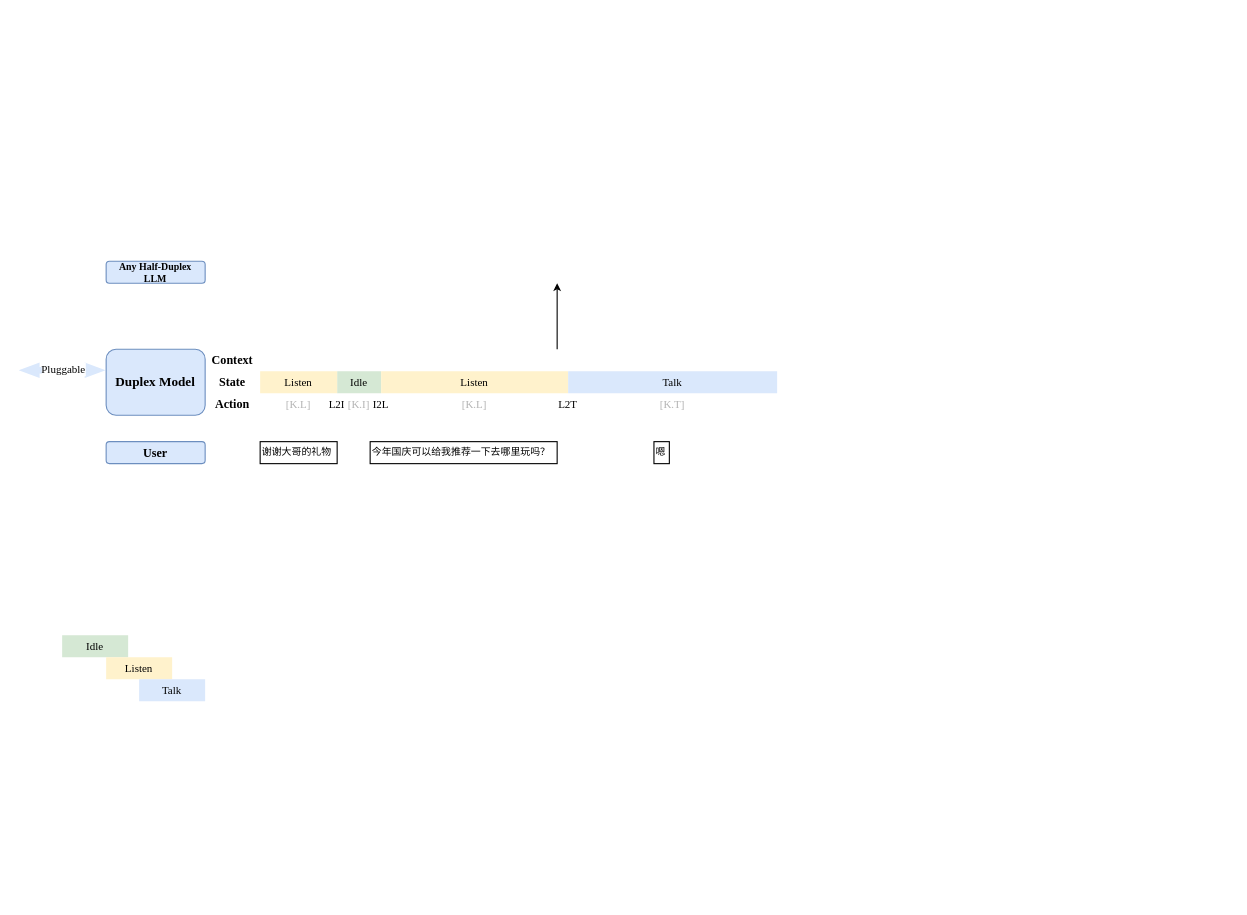
Above: 图1.drawio in MrYKY/LeetCode_Rec (draw.io), before the change. Source tidied: cells renumbered, new cells numbered last; positions are measured from the earlier drawing's top-left corner, leaving out a move shared by most shapes. Both pictures are drawn from the tidied source at 110%, with x=0, y=0 at pixel (18, 261). Pictures stored in the file or linked from it are replaced by grey dashed boxes.
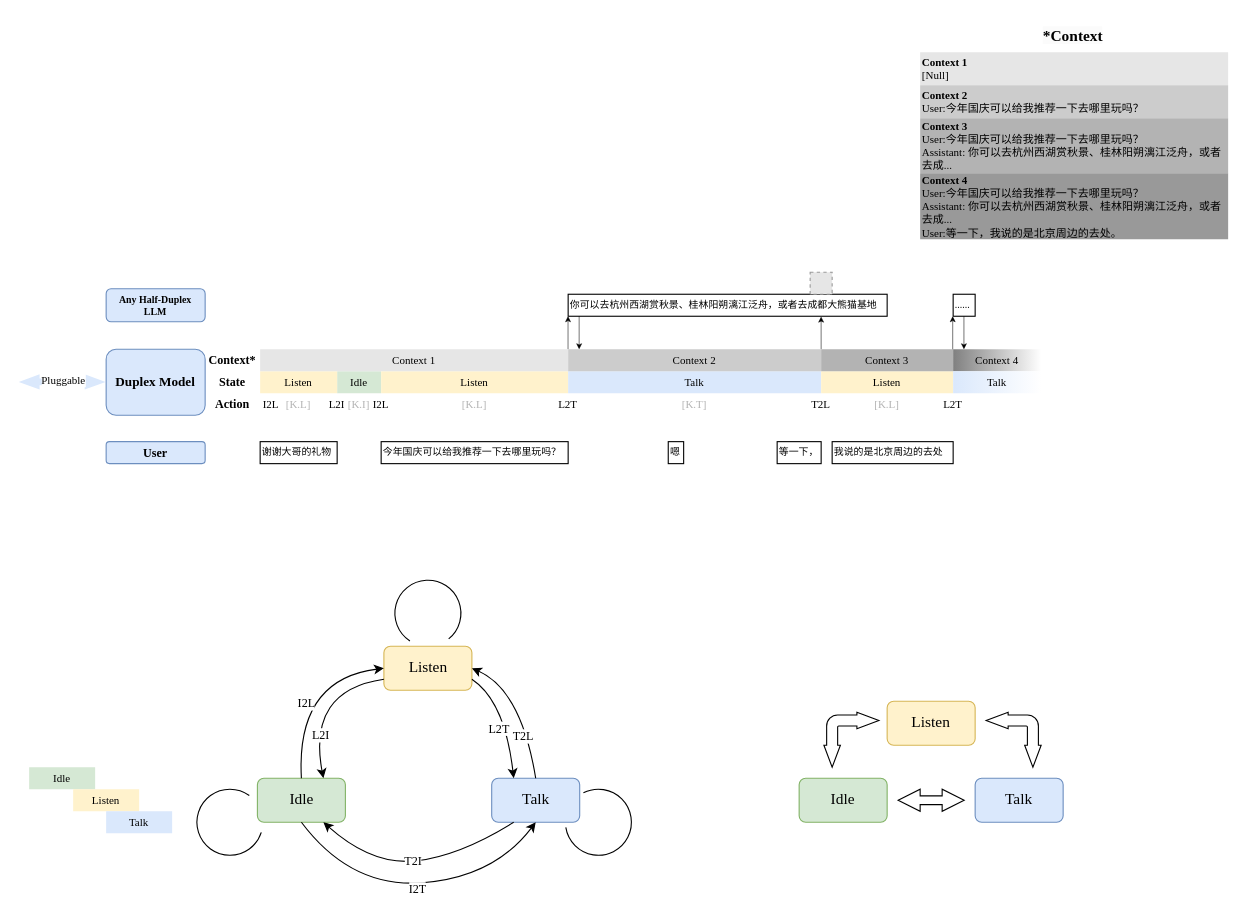
Above is the later version.

The edit, as a diff of the source:
```diff
@@
     <mxCell id="2" style="shape=flexArrow;endArrow=classic;startArrow=classic;html=1;rounded=0;fillColor=#dae8fc;strokeColor=none;align=center;arcSize=16;width=6;startWidth=7;endWidth=7;" parent="1" edge="1">
       <mxGeometry relative="1" as="geometry">
-        <mxPoint y="99.1" as="sourcePoint" />
-        <mxPoint x="80" y="99.1" as="targetPoint" />
+        <mxPoint y="109.7" as="sourcePoint" />
+        <mxPoint x="80" y="109.7" as="targetPoint" />
       </mxGeometry>
     </mxCell>
@@
     <mxCell id="4" value="&lt;font face=&quot;Times New Roman&quot;&gt;Any Half-Duplex LLM&lt;/font&gt;" style="rounded=1;whiteSpace=wrap;html=1;fontSize=9;fillColor=#dae8fc;strokeColor=#6c8ebf;fontStyle=1;" parent="1" vertex="1">
-      <mxGeometry x="80" width="90" height="20" as="geometry" />
+      <mxGeometry x="80" y="25" width="90" height="30" as="geometry" />
     </mxCell>
@@
     <mxCell id="9" value="Idle" style="rounded=0;whiteSpace=wrap;html=1;strokeColor=none;fillColor=#d5e8d4;fontSize=10;fontFamily=Times New Roman;" parent="1" vertex="1">
-      <mxGeometry x="40" y="340" width="60" height="20" as="geometry" />
+      <mxGeometry x="10" y="460" width="60" height="20" as="geometry" />
     </mxCell>
     <mxCell id="10" value="Listen" style="rounded=0;whiteSpace=wrap;html=1;strokeColor=none;fillColor=#fff2cc;fontSize=10;fontFamily=Times New Roman;" parent="1" vertex="1">
-      <mxGeometry x="80" y="360" width="60" height="20" as="geometry" />
+      <mxGeometry x="50" y="480" width="60" height="20" as="geometry" />
     </mxCell>
     <mxCell id="11" value="Talk" style="rounded=0;whiteSpace=wrap;html=1;strokeColor=none;fillColor=#dae8fc;fontSize=10;fontFamily=Times New Roman;" parent="1" vertex="1">
-      <mxGeometry x="110" y="380" width="60" height="20" as="geometry" />
+      <mxGeometry x="80" y="500" width="60" height="20" as="geometry" />
     </mxCell>
-    <mxCell id="12" value="Context" style="text;html=1;align=center;verticalAlign=middle;whiteSpace=wrap;rounded=0;fontSize=11;fontFamily=Times New Roman;fontStyle=1;" parent="1" vertex="1">
+    <mxCell id="12" value="Context*" style="text;html=1;align=center;verticalAlign=middle;whiteSpace=wrap;rounded=0;fontSize=11;fontFamily=Times New Roman;fontStyle=1;" parent="1" vertex="1">
       <mxGeometry x="170" y="80" width="50" height="20" as="geometry" />
     </mxCell>
@@
     <mxCell id="14" value="今年国庆可以给我推荐一下去哪里玩吗？" style="rounded=0;whiteSpace=wrap;html=1;fontSize=9;fontFamily=Times New Roman;align=left;" parent="1" vertex="1">
-      <mxGeometry x="320" y="164" width="170" height="20" as="geometry" />
+      <mxGeometry x="330" y="164" width="170" height="20" as="geometry" />
     </mxCell>
@@
     <mxCell id="17" value="Talk" style="rounded=0;whiteSpace=wrap;html=1;strokeColor=none;fillColor=#dae8fc;fontSize=10;fontFamily=Times New Roman;" parent="1" vertex="1">
-      <mxGeometry x="500" y="100" width="190" height="20" as="geometry" />
+      <mxGeometry x="500" y="100" width="230" height="20" as="geometry" />
     </mxCell>
-    <mxCell id="18" style="endArrow=classic;html=1;rounded=0;exitX=0;exitY=0;exitDx=0;exitDy=0;fontSize=9;strokeWidth=1;curved=0;endSize=4;startSize=4;" parent="1" edge="1">
+    <mxCell id="18" style="endArrow=classic;html=1;rounded=0;fontSize=9;strokeWidth=0.5;curved=0;endSize=4;startSize=4;" parent="1" edge="1">
       <mxGeometry relative="1" as="geometry">
-        <mxPoint x="490" y="80" as="sourcePoint" />
-        <mxPoint x="490" y="20" as="targetPoint" />
-        <Array as="points">
-          <mxPoint x="490" y="20" />
-        </Array>
+        <mxPoint x="499.9" y="80" as="sourcePoint" />
+        <mxPoint x="499.9" y="50" as="targetPoint" />
       </mxGeometry>
     </mxCell>
     <mxCell id="19" value="嗯" style="rounded=0;whiteSpace=wrap;html=1;fontSize=9;fontFamily=Times New Roman;align=left;" parent="1" vertex="1">
-      <mxGeometry x="578" y="164" width="14" height="20" as="geometry" />
+      <mxGeometry x="591" y="164" width="14" height="20" as="geometry" />
     </mxCell>
@@
     <mxCell id="26" value="[K.T]" style="text;html=1;align=center;verticalAlign=middle;whiteSpace=wrap;rounded=0;fontSize=10;fontFamily=Times New Roman;fontColor=#B3B3B3;" parent="1" vertex="1">
-      <mxGeometry x="585" y="120" width="20" height="20" as="geometry" />
+      <mxGeometry x="605" y="120" width="20" height="20" as="geometry" />
     </mxCell>
@@
+    <mxCell id="28" value="你可以去杭州西湖赏秋景、桂林阳朔漓江泛舟，或者去成都大熊猫基地" style="rounded=0;whiteSpace=wrap;html=1;fontSize=9;fontFamily=Times New Roman;align=left;" parent="1" vertex="1">
+      <mxGeometry x="500" y="30" width="290" height="20" as="geometry" />
+    </mxCell>
+    <mxCell id="29" value="我说的是北京周边的去处" style="rounded=0;whiteSpace=wrap;html=1;fontSize=9;fontFamily=Times New Roman;align=left;" parent="1" vertex="1">
+      <mxGeometry x="740" y="164" width="110" height="20" as="geometry" />
+    </mxCell>
+    <mxCell id="30" value="等一下，" style="rounded=0;whiteSpace=wrap;html=1;fontSize=9;fontFamily=Times New Roman;align=left;" parent="1" vertex="1">
+      <mxGeometry x="690" y="164" width="40" height="20" as="geometry" />
+    </mxCell>
+    <mxCell id="31" value="Listen" style="rounded=0;whiteSpace=wrap;html=1;strokeColor=none;fillColor=#fff2cc;fontSize=10;fontFamily=Times New Roman;" parent="1" vertex="1">
+      <mxGeometry x="730" y="100" width="120" height="20" as="geometry" />
+    </mxCell>
+    <mxCell id="32" style="endArrow=classic;html=1;rounded=0;fontSize=9;strokeWidth=0.5;curved=0;endSize=4;startSize=4;entryX=0.793;entryY=1.019;entryDx=0;entryDy=0;entryPerimeter=0;" parent="1" edge="1" target="28">
+      <mxGeometry relative="1" as="geometry">
+        <mxPoint x="730" y="80" as="sourcePoint" />
+      </mxGeometry>
+    </mxCell>
+    <mxCell id="33" style="fillColor=#E6E6E6;strokeColor=#999999;dashed=1;html=1;verticalAlign=top;verticalLabelPosition=bottom;labelBackgroundColor=#ffffff;" parent="1" vertex="1">
+      <mxGeometry x="720" y="10" width="20" height="20" as="geometry" />
+    </mxCell>
+    <mxCell id="34" value="Context 1" style="rounded=0;whiteSpace=wrap;html=1;strokeColor=none;fillColor=#E6E6E6;fontSize=10;fontFamily=Times New Roman;" parent="1" vertex="1">
+      <mxGeometry x="220" y="80" width="280" height="20" as="geometry" />
+    </mxCell>
+    <mxCell id="35" value="Context 2" style="rounded=0;whiteSpace=wrap;html=1;strokeColor=none;fillColor=#CCCCCC;fontSize=10;fontFamily=Times New Roman;" parent="1" vertex="1">
+      <mxGeometry x="500" y="80" width="230" height="20" as="geometry" />
+    </mxCell>
+    <mxCell id="36" value="Context 3" style="rounded=0;whiteSpace=wrap;html=1;strokeColor=none;fillColor=#B3B3B3;fontSize=10;fontFamily=Times New Roman;" parent="1" vertex="1">
+      <mxGeometry x="730" y="80" width="120" height="20" as="geometry" />
+    </mxCell>
+    <mxCell id="37" value="Context 4" style="rounded=0;whiteSpace=wrap;html=1;strokeColor=none;fillColor=#808080;fontSize=10;fontFamily=Times New Roman;gradientColor=#FFFFFF;gradientDirection=east;" parent="1" vertex="1">
+      <mxGeometry x="850" y="80" width="80" height="20" as="geometry" />
+    </mxCell>
+    <mxCell id="38" value="T2L" style="text;html=1;align=center;verticalAlign=middle;whiteSpace=wrap;rounded=0;fontSize=10;fontFamily=Times New Roman;" parent="1" vertex="1">
+      <mxGeometry x="720" y="120" width="20" height="20" as="geometry" />
+    </mxCell>
+    <mxCell id="39" value="[K.L]" style="text;html=1;align=center;verticalAlign=middle;whiteSpace=wrap;rounded=0;fontSize=10;fontFamily=Times New Roman;fontColor=#B3B3B3;" parent="1" vertex="1">
+      <mxGeometry x="780" y="120" width="20" height="20" as="geometry" />
+    </mxCell>
+    <mxCell id="40" value="I2L" style="text;html=1;align=center;verticalAlign=middle;whiteSpace=wrap;rounded=0;fontSize=10;fontFamily=Times New Roman;" parent="1" vertex="1">
+      <mxGeometry x="220" y="120" width="20" height="20" as="geometry" />
+    </mxCell>
+    <mxCell id="41" value="......" style="rounded=0;whiteSpace=wrap;html=1;fontSize=9;fontFamily=Times New Roman;align=left;" parent="1" vertex="1">
+      <mxGeometry x="850" y="30" width="20" height="20" as="geometry" />
+    </mxCell>
+    <mxCell id="42" value="Talk" style="rounded=0;whiteSpace=wrap;html=1;strokeColor=none;fillColor=#dae8fc;fontSize=10;fontFamily=Times New Roman;gradientColor=#FFFFFF;gradientDirection=east;" parent="1" vertex="1">
+      <mxGeometry x="850" y="100" width="80" height="20" as="geometry" />
+    </mxCell>
+    <mxCell id="43" value="L2T" style="text;html=1;align=center;verticalAlign=middle;whiteSpace=wrap;rounded=0;fontSize=10;fontFamily=Times New Roman;" parent="1" vertex="1">
+      <mxGeometry x="840" y="120" width="20" height="20" as="geometry" />
+    </mxCell>
+    <mxCell id="44" style="group;" parent="1" vertex="1">
+      <mxGeometry x="820" y="-220" width="280" height="200" as="geometry" />
+    </mxCell>
+    <mxCell id="45" value="&lt;div style=&quot;text-align: center;&quot;&gt;&lt;b style=&quot;background-color: transparent; color: light-dark(rgb(0, 0, 0), rgb(255, 255, 255));&quot;&gt;Context 1&lt;/b&gt;&lt;/div&gt;&lt;div&gt;[Null]&lt;/div&gt;" style="rounded=0;whiteSpace=wrap;html=1;strokeColor=none;fillColor=#E6E6E6;fontSize=10;fontFamily=Times New Roman;align=left;verticalAlign=middle;" parent="44" vertex="1">
+      <mxGeometry y="30" width="280" height="30" as="geometry" />
+    </mxCell>
+    <mxCell id="46" value="&lt;div style=&quot;&quot;&gt;&lt;b style=&quot;background-color: transparent; color: light-dark(rgb(0, 0, 0), rgb(255, 255, 255));&quot;&gt;Context 2&lt;/b&gt;&lt;/div&gt;&lt;div style=&quot;&quot;&gt;&lt;span style=&quot;background-color: transparent; color: light-dark(rgb(0, 0, 0), rgb(255, 255, 255));&quot;&gt;User:今年国庆可以给我推荐一下去哪里玩吗？&lt;/span&gt;&lt;/div&gt;" style="rounded=0;whiteSpace=wrap;html=1;strokeColor=none;fillColor=#CCCCCC;fontSize=10;fontFamily=Times New Roman;verticalAlign=middle;align=left;" parent="44" vertex="1">
+      <mxGeometry y="60" width="280" height="30" as="geometry" />
+    </mxCell>
+    <mxCell id="47" value="&lt;div style=&quot;&quot;&gt;&lt;span style=&quot;background-color: transparent; color: light-dark(rgb(0, 0, 0), rgb(255, 255, 255));&quot;&gt;&lt;b&gt;Context 3&lt;/b&gt;&lt;/span&gt;&lt;/div&gt;&lt;div&gt;&lt;div style=&quot;&quot;&gt;&lt;span style=&quot;background-color: transparent; color: light-dark(rgb(0, 0, 0), rgb(255, 255, 255));&quot;&gt;User:今年国庆可以给我推荐一下去哪里玩吗？&lt;/span&gt;&lt;/div&gt;&lt;font&gt;&lt;span style=&quot;&quot;&gt;Assistant: 你可以去杭州西湖赏秋景、桂林阳朔漓江泛舟，或者去成...&lt;/span&gt;&lt;/font&gt;&lt;/div&gt;" style="rounded=0;whiteSpace=wrap;html=1;strokeColor=none;fillColor=#B3B3B3;fontSize=10;fontFamily=Times New Roman;verticalAlign=middle;align=left;" parent="44" vertex="1">
+      <mxGeometry y="90" width="280" height="50" as="geometry" />
+    </mxCell>
+    <mxCell id="48" value="&lt;div style=&quot;&quot;&gt;&lt;span style=&quot;background-color: transparent; color: light-dark(rgb(0, 0, 0), rgb(255, 255, 255));&quot;&gt;&lt;b&gt;Context 4&lt;/b&gt;&lt;/span&gt;&lt;/div&gt;&lt;div&gt;&lt;font&gt;&lt;span style=&quot;&quot;&gt;User:今年国庆可以给我推荐一下去哪里玩吗？&lt;/span&gt;&lt;br style=&quot;&quot;&gt;&lt;span style=&quot;&quot;&gt;Assistant: 你可以去杭州西湖赏秋景、桂林阳朔漓江泛舟，或者去成...&lt;br&gt;&lt;/span&gt;&lt;font&gt;User:等一下，我说的是北京周边的去处。&lt;/font&gt;&lt;span style=&quot;&quot;&gt;&lt;/span&gt;&lt;/font&gt;&lt;/div&gt;" style="rounded=0;whiteSpace=wrap;html=1;strokeColor=none;fillColor=#999999;fontSize=10;fontFamily=Times New Roman;verticalAlign=middle;align=left;" parent="44" vertex="1">
+      <mxGeometry y="140" width="280" height="60" as="geometry" />
+    </mxCell>
+    <mxCell id="49" value="&lt;b style=&quot;forced-color-adjust: none; color: rgb(0, 0, 0); font-family: Helvetica; font-size: 14px; font-style: normal; font-variant-ligatures: normal; font-variant-caps: normal; letter-spacing: normal; orphans: 2; text-align: center; text-indent: 0px; text-transform: none; widows: 2; word-spacing: 0px; -webkit-text-stroke-width: 0px; white-space: normal; background-color: rgb(251, 251, 251); text-decoration-thickness: initial; text-decoration-style: initial; text-decoration-color: initial;&quot;&gt;&lt;font face=&quot;Times New Roman&quot; style=&quot;forced-color-adjust: none;&quot;&gt;*Context&lt;/font&gt;&lt;/b&gt;" style="text;whiteSpace=wrap;html=1;" parent="44" vertex="1">
+      <mxGeometry x="110" width="60" height="30" as="geometry" />
+    </mxCell>
+    <mxCell id="50" style="endArrow=classic;html=1;rounded=0;fontSize=9;strokeWidth=0.5;curved=0;endSize=4;startSize=4;" parent="1" edge="1">
+      <mxGeometry relative="1" as="geometry">
+        <mxPoint x="510" y="50" as="sourcePoint" />
+        <mxPoint x="510" y="80" as="targetPoint" />
+      </mxGeometry>
+    </mxCell>
+    <mxCell id="51" style="endArrow=classic;html=1;rounded=0;fontSize=9;strokeWidth=0.5;curved=0;endSize=4;startSize=4;" parent="1" edge="1">
+      <mxGeometry relative="1" as="geometry">
+        <mxPoint x="849.6" y="80" as="sourcePoint" />
+        <mxPoint x="849.6" y="50" as="targetPoint" />
+      </mxGeometry>
+    </mxCell>
+    <mxCell id="52" style="endArrow=classic;html=1;rounded=0;fontSize=9;strokeWidth=0.5;curved=0;endSize=4;startSize=4;" parent="1" edge="1">
+      <mxGeometry relative="1" as="geometry">
+        <mxPoint x="859.8" y="50" as="sourcePoint" />
+        <mxPoint x="859.8" y="80" as="targetPoint" />
+      </mxGeometry>
+    </mxCell>
+    <mxCell id="53" value="Listen" style="rounded=1;whiteSpace=wrap;html=1;fillColor=#fff2cc;strokeColor=#d6b656;fontSize=14;fontFamily=Times New Roman;" parent="1" vertex="1">
+      <mxGeometry x="332.5" y="350" width="80" height="40" as="geometry" />
+    </mxCell>
+    <mxCell id="54" value="Idle" style="rounded=1;whiteSpace=wrap;html=1;fillColor=#d5e8d4;strokeColor=#82b366;fontSize=14;fontFamily=Times New Roman;" parent="1" vertex="1">
+      <mxGeometry x="217.5" y="470" width="80" height="40" as="geometry" />
+    </mxCell>
+    <mxCell id="55" value="Talk" style="rounded=1;whiteSpace=wrap;html=1;fillColor=#dae8fc;strokeColor=#6c8ebf;fontSize=14;fontFamily=Times New Roman;" parent="1" vertex="1">
+      <mxGeometry x="430.5" y="470" width="80" height="40" as="geometry" />
+    </mxCell>
+    <mxCell id="56" style="curved=1;endArrow=classic;html=1;rounded=0;exitX=0.5;exitY=0;exitDx=0;exitDy=0;entryX=0;entryY=0.5;entryDx=0;entryDy=0;" parent="1" edge="1" source="54" target="53">
+      <mxGeometry relative="1" as="geometry">
+        <Array as="points">
+          <mxPoint x="252.5" y="380" />
+        </Array>
+      </mxGeometry>
+    </mxCell>
+    <mxCell id="57" value="I2L" style="edgeLabel;html=1;align=center;verticalAlign=middle;fontFamily=Times New Roman;" parent="56" vertex="1">
+      <mxGeometry x="-0.2" y="-8" relative="1" as="geometry" />
+    </mxCell>
+    <mxCell id="58" style="curved=1;endArrow=classic;html=1;rounded=0;exitX=0.5;exitY=0;exitDx=0;exitDy=0;entryX=1;entryY=0.5;entryDx=0;entryDy=0;" parent="1" edge="1" source="55" target="53">
+      <mxGeometry relative="1" as="geometry">
+        <Array as="points">
+          <mxPoint x="457.5" y="390" />
+        </Array>
+      </mxGeometry>
+    </mxCell>
+    <mxCell id="59" value="T2L" style="edgeLabel;html=1;align=center;verticalAlign=middle;fontFamily=Times New Roman;" parent="58" vertex="1">
+      <mxGeometry x="-0.39" y="6" relative="1" as="geometry" />
+    </mxCell>
+    <mxCell id="60" style="curved=1;endArrow=classic;html=1;rounded=0;exitX=0;exitY=0.75;exitDx=0;exitDy=0;flowAnimation=0;entryX=0.75;entryY=0;entryDx=0;entryDy=0;" parent="1" edge="1" source="53" target="54">
+      <mxGeometry relative="1" as="geometry">
+        <Array as="points">
+          <mxPoint x="262.5" y="390" />
+        </Array>
+      </mxGeometry>
+    </mxCell>
+    <mxCell id="61" value="L2I" style="edgeLabel;html=1;align=center;verticalAlign=middle;fontFamily=Times New Roman;" parent="60" vertex="1">
+      <mxGeometry x="0.48" y="4" relative="1" as="geometry" />
+    </mxCell>
+    <mxCell id="62" style="curved=1;endArrow=classic;html=1;rounded=0;entryX=0.25;entryY=0;entryDx=0;entryDy=0;exitX=1;exitY=0.75;exitDx=0;exitDy=0;" parent="1" edge="1" source="53" target="55">
+      <mxGeometry relative="1" as="geometry">
+        <Array as="points">
+          <mxPoint x="442.5" y="400" />
+        </Array>
+      </mxGeometry>
+    </mxCell>
+    <mxCell id="63" value="L2T" style="edgeLabel;html=1;align=center;verticalAlign=middle;fontFamily=Times New Roman;" parent="62" vertex="1">
+      <mxGeometry x="0.12" y="-9" relative="1" as="geometry" />
+    </mxCell>
+    <mxCell id="64" style="curved=1;endArrow=classic;html=1;rounded=0;entryX=0.5;entryY=1;entryDx=0;entryDy=0;exitX=0.5;exitY=1;exitDx=0;exitDy=0;" parent="1" edge="1" source="54" target="55">
+      <mxGeometry relative="1" as="geometry">
+        <Array as="points">
+          <mxPoint x="302.5" y="570" />
+          <mxPoint x="432.5" y="560" />
+        </Array>
+      </mxGeometry>
+    </mxCell>
+    <mxCell id="65" value="I2T" style="edgeLabel;html=1;align=center;verticalAlign=middle;fontFamily=Times New Roman;" parent="64" vertex="1">
+      <mxGeometry x="-0.17" y="2" relative="1" as="geometry">
+        <mxPoint x="24" y="5" as="offset" />
+      </mxGeometry>
+    </mxCell>
+    <mxCell id="66" style="curved=1;endArrow=classic;html=1;rounded=0;entryX=0.75;entryY=1;entryDx=0;entryDy=0;exitX=0.25;exitY=1;exitDx=0;exitDy=0;" parent="1" edge="1" source="55" target="54">
+      <mxGeometry relative="1" as="geometry">
+        <Array as="points">
+          <mxPoint x="402.5" y="540" />
+          <mxPoint x="322.5" y="550" />
+        </Array>
+      </mxGeometry>
+    </mxCell>
+    <mxCell id="67" value="T2I" style="edgeLabel;html=1;align=center;verticalAlign=middle;fontFamily=Times New Roman;" parent="66" vertex="1">
+      <mxGeometry x="0.02" y="-1" relative="1" as="geometry" />
+    </mxCell>
+    <mxCell id="68" style="verticalLabelPosition=bottom;verticalAlign=top;html=1;shape=mxgraph.basic.arc;startAngle=0.3;endAngle=0.1;strokeWidth=1;" parent="1" vertex="1">
+      <mxGeometry x="162.5" y="480" width="60" height="60" as="geometry" />
+    </mxCell>
+    <mxCell id="69" style="verticalLabelPosition=bottom;verticalAlign=top;html=1;shape=mxgraph.basic.arc;startAngle=0.3;endAngle=0.1;strokeWidth=1;rotation=105;" parent="1" vertex="1">
+      <mxGeometry x="342.5" y="290" width="60" height="60" as="geometry" />
+    </mxCell>
+    <mxCell id="70" style="verticalLabelPosition=bottom;verticalAlign=top;html=1;shape=mxgraph.basic.arc;startAngle=0.3;endAngle=0.1;strokeWidth=1;rotation=-135;" parent="1" vertex="1">
+      <mxGeometry x="497.5" y="480" width="60" height="60" as="geometry" />
+    </mxCell>
+    <mxCell id="71" value="Listen" style="rounded=1;whiteSpace=wrap;html=1;fillColor=#fff2cc;strokeColor=#d6b656;fontSize=14;fontFamily=Times New Roman;" parent="1" vertex="1">
+      <mxGeometry x="790" y="400" width="80" height="40" as="geometry" />
+    </mxCell>
+    <mxCell id="72" value="Idle" style="rounded=1;whiteSpace=wrap;html=1;fillColor=#d5e8d4;strokeColor=#82b366;fontSize=14;fontFamily=Times New Roman;" parent="1" vertex="1">
+      <mxGeometry x="710" y="470" width="80" height="40" as="geometry" />
+    </mxCell>
+    <mxCell id="73" value="Talk" style="rounded=1;whiteSpace=wrap;html=1;fillColor=#dae8fc;strokeColor=#6c8ebf;fontSize=14;fontFamily=Times New Roman;" parent="1" vertex="1">
+      <mxGeometry x="870" y="470" width="80" height="40" as="geometry" />
+    </mxCell>
+    <mxCell id="74" style="html=1;shadow=0;dashed=0;align=center;verticalAlign=middle;shape=mxgraph.arrows2.bendDoubleArrow;dy=5;dx=20;arrowHead=15;rounded=1;" parent="1" vertex="1">
+      <mxGeometry x="732.5" y="410" width="50" height="50" as="geometry" />
+    </mxCell>
+    <mxCell id="75" style="html=1;shadow=0;dashed=0;align=center;verticalAlign=middle;shape=mxgraph.arrows2.bendDoubleArrow;dy=5;dx=20;arrowHead=15;rounded=1;direction=south;" parent="1" vertex="1">
+      <mxGeometry x="880" y="410" width="50" height="50" as="geometry" />
+    </mxCell>
+    <mxCell id="76" style="html=1;shadow=0;dashed=0;align=center;verticalAlign=middle;shape=mxgraph.arrows2.twoWayArrow;dy=0.6;dx=20;" parent="1" vertex="1">
+      <mxGeometry x="800" y="480" width="60" height="20" as="geometry" />
+    </mxCell>
```
